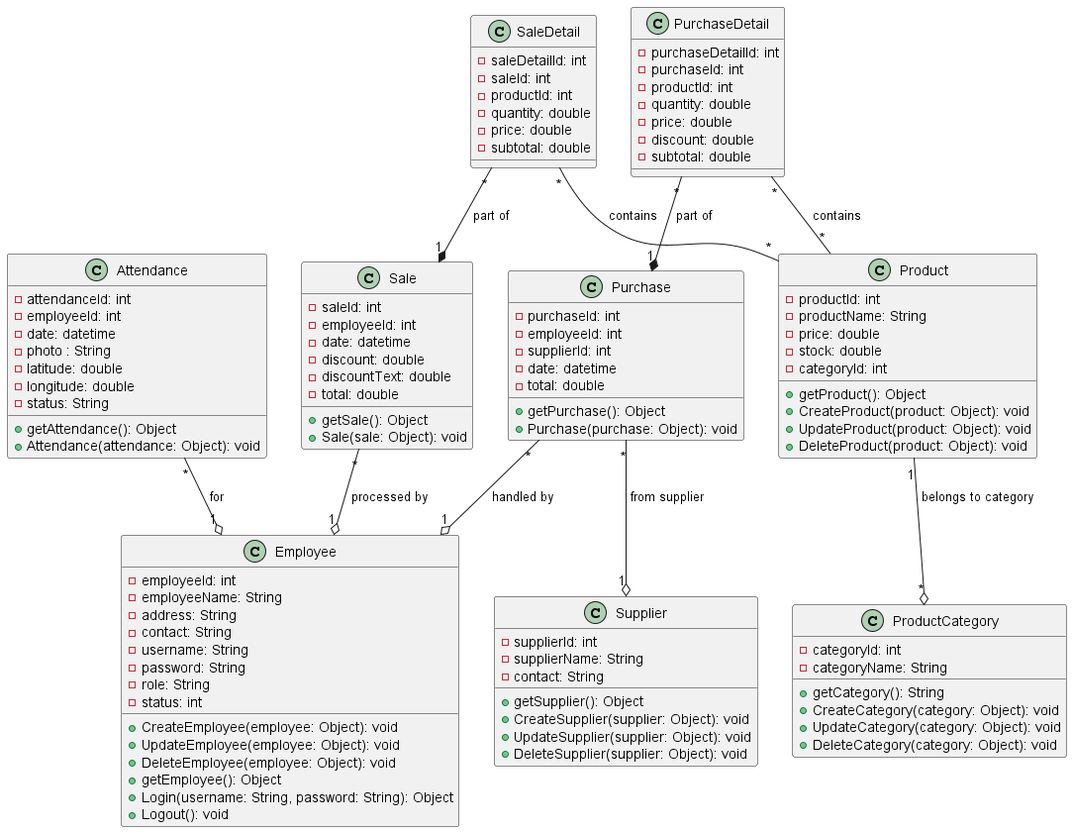
The PlantUML diagram out/DiagramClass/DiagramClass_FREINZ.png in Fitranda/Diagram, before a commit. The source it was exported from:
```plantuml
@startuml DiagramClass_FREINZ
class Employee {
    - employeeId: int
    - employeeName: String
    - address: String
    - contact: String
    - username: String
    - password: String
    - role: String
    - status: int
    + CreateEmployee(employee: Object): void
    + UpdateEmployee(employee: Object): void
    + DeleteEmployee(employee: Object): void
    + getEmployee(): Object
    + Login(username: String, password: String): Object
    + Logout(): void
}

class Product {
    - productId: int
    - productName: String
    - price: double
    - stock: double
    - categoryId: int
    + getProduct(): Object
    + CreateProduct(product: Object): void
    + UpdateProduct(product: Object): void
    + DeleteProduct(product: Object): void
}

class ProductCategory {
    - categoryId: int
    - categoryName: String
    + getCategory(): String
    + CreateCategory(category: Object): void
    + UpdateCategory(category: Object): void
    + DeleteCategory(category: Object): void
}

class Attendance {
    - attendanceId: int
    - employeeId: int
    - date: datetime
    - photo : String
    - latitude: double
    - longitude: double
    - status: String
    + getAttendance(): Object
    + Attendance(attendance: Object): void
}

class Sale {
    - saleId: int
    - employeeId: int
    - date: datetime
    - discount: double
    - discountText: double
    - total: double
    + getSale(): Object
    + Sale(sale: Object): void
}

class SaleDetail {
    - saleDetailId: int
    - saleId: int
    - productId: int
    - quantity: double
    - price: double
    - subtotal: double
}

class Purchase {
    - purchaseId: int
    - employeeId: int
    - supplierId: int
    - date: datetime
    - total: double
    + getPurchase(): Object
    + Purchase(purchase: Object): void
}

class PurchaseDetail {
    - purchaseDetailId: int
    - purchaseId: int
    - productId: int
    - quantity: double
    - price: double
    - discount: double
    - subtotal: double
}

class Supplier {
    - supplierId: int
    - supplierName: String
    - contact: String
    + getSupplier(): Object
    + CreateSupplier(supplier: Object): void
    + UpdateSupplier(supplier: Object): void
    + DeleteSupplier(supplier: Object): void
}

Product "1" --o "*" ProductCategory : " belongs to category"
Sale "*" --o "1" Employee : " processed by"
Purchase "*" --o "1" Employee : " handled by"
Purchase "*" --o "1" Supplier : " from supplier"
Attendance "*" --o "1" Employee : " for"
SaleDetail "*" --* "1" Sale : " part of"
SaleDetail "*" -- "*" Product : " contains"
PurchaseDetail "*" --* "1" Purchase : " part of"
PurchaseDetail "*" -- "*" Product : " contains"

@enduml
```
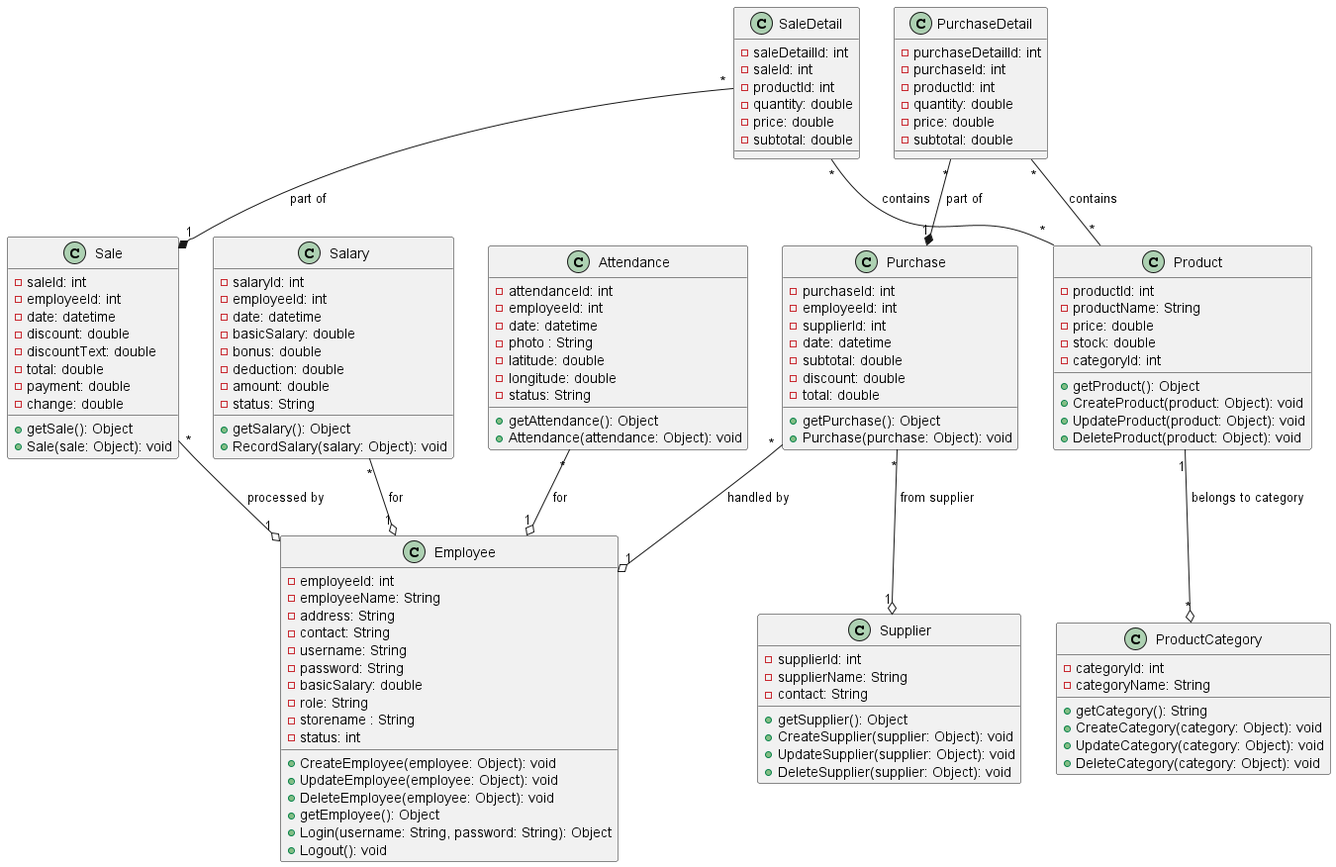
The same diagram one commit later.

Change to the diagram source:
```diff
@@ -6,7 +6,9 @@
     - contact: String
     - username: String
     - password: String
+    - basicSalary: double
     - role: String
+    - storename : String
     - status: int
     + CreateEmployee(employee: Object): void
     + UpdateEmployee(employee: Object): void
@@ -56,6 +58,8 @@
     - discount: double
     - discountText: double
     - total: double
+    - payment: double
+    - change: double
     + getSale(): Object
     + Sale(sale: Object): void
 }
@@ -74,6 +78,8 @@
     - employeeId: int
     - supplierId: int
     - date: datetime
+    - subtotal: double
+    - discount: double
     - total: double
     + getPurchase(): Object
     + Purchase(purchase: Object): void
@@ -85,7 +91,6 @@
     - productId: int
     - quantity: double
     - price: double
-    - discount: double
     - subtotal: double
 }
 
@@ -99,6 +104,20 @@
     + DeleteSupplier(supplier: Object): void
 }
 
+class Salary {
+    - salaryId: int
+    - employeeId: int
+    - date: datetime
+    - basicSalary: double
+    - bonus: double
+    - deduction: double
+    - amount: double
+    - status: String
+    + getSalary(): Object
+    + RecordSalary(salary: Object): void
+}
+
+Salary "*" --o "1" Employee : " for"
 Product "1" --o "*" ProductCategory : " belongs to category"
 Sale "*" --o "1" Employee : " processed by"
 Purchase "*" --o "1" Employee : " handled by"
```
